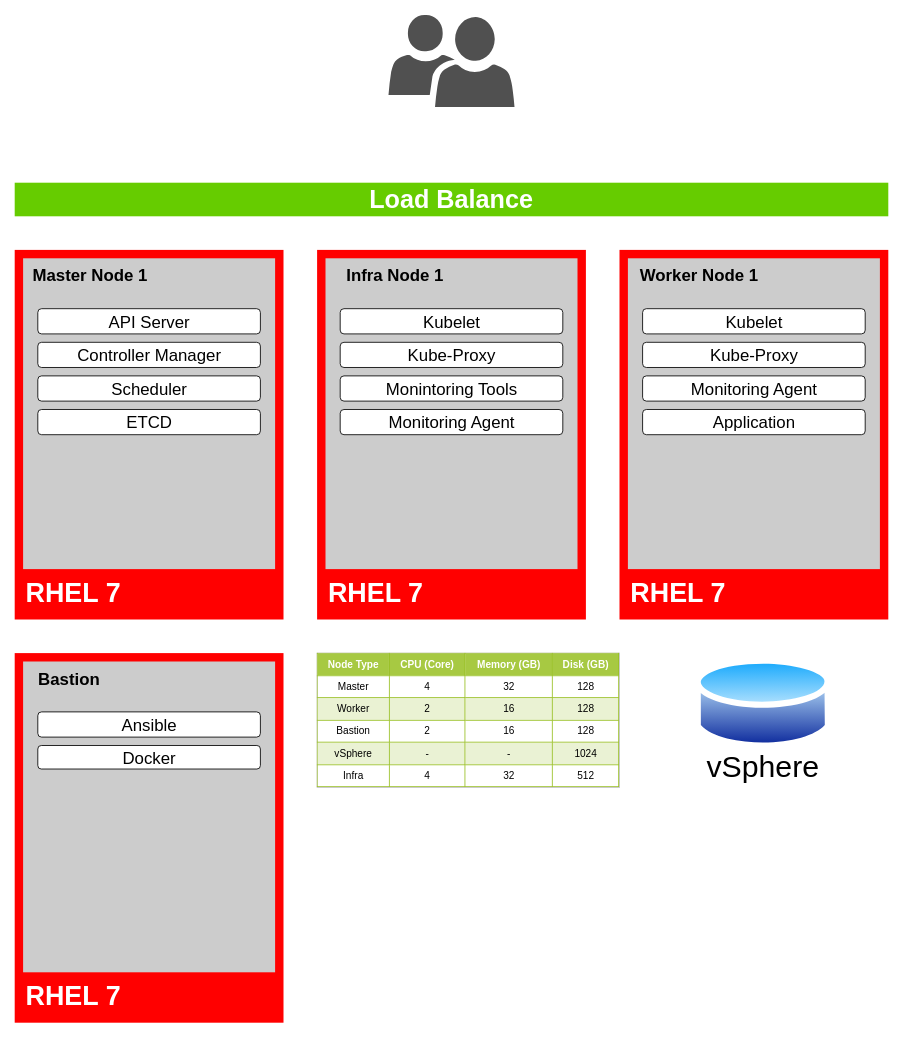
joecomscience/architecture_diagram keeps this draw.io diagram as page "non-prod-okd" (4 of 5) of k8s/aycap_on_prem.drawio. Above is the earlier version. Source tidied: cells renumbered, new cells numbered last; positions are measured from the earlier drawing's top-left corner, leaving out a move shared by most shapes. Both pictures are drawn from the tidied source at 84%, with x=0, y=0 at pixel (14, 14).
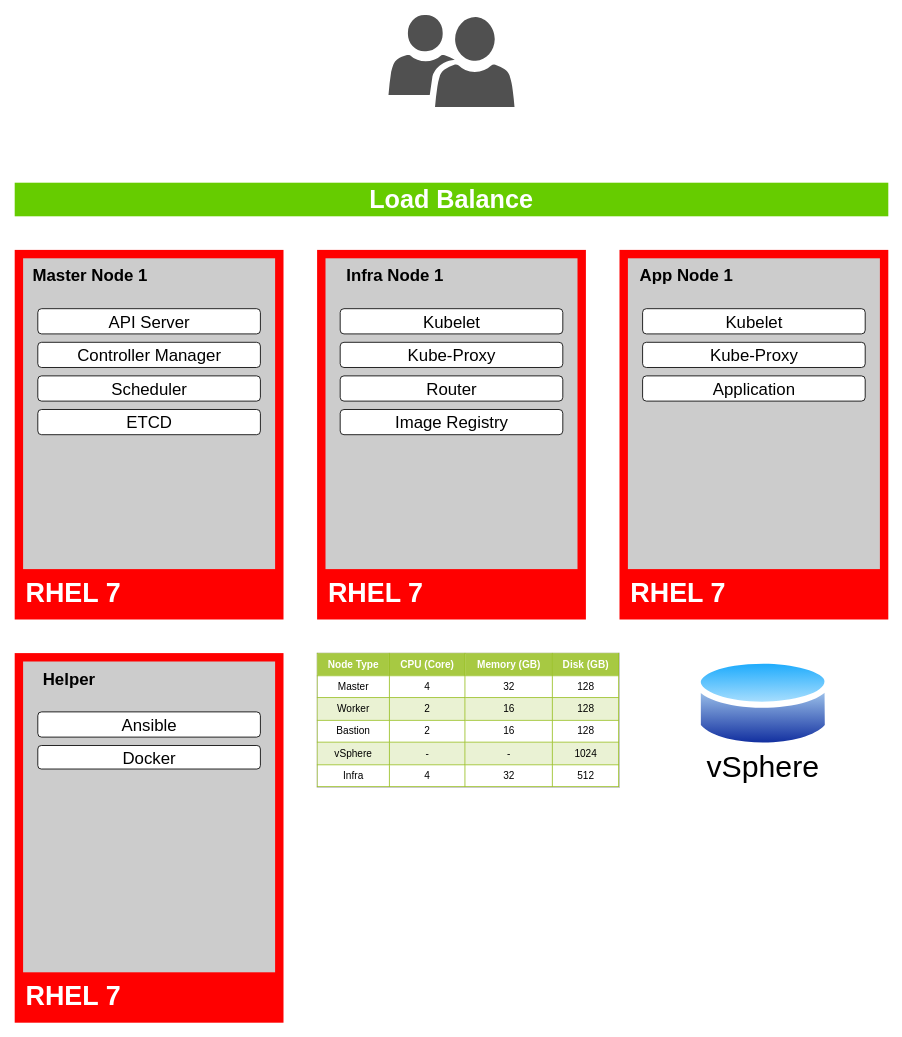
The same diagram, later.

The change refers to these unchanged cells:
```xml
<mxCell id="8" style="group;" parent="1" vertex="1">
  <mxGeometry y="760" width="320" height="440" as="geometry" />
</mxCell>
<mxCell id="25" style="group;" parent="1" vertex="1">
  <mxGeometry x="360" y="280" width="320" height="440" as="geometry" />
</mxCell>
<mxCell id="35" style="group;" parent="1" vertex="1">
  <mxGeometry x="720" y="280" width="320" height="440" as="geometry" />
</mxCell>
```

The edit, as a diff of the source:
```diff
@@
-    <mxCell id="12" value="&lt;font style=&quot;font-size: 20px&quot;&gt;&lt;b&gt;Bastion&lt;/b&gt;&lt;/font&gt;" style="text;html=1;strokeColor=none;fillColor=none;align=center;verticalAlign=middle;whiteSpace=wrap;rounded=0;" parent="8" vertex="1">
+    <mxCell id="12" value="&lt;font style=&quot;font-size: 20px&quot;&gt;&lt;b&gt;Helper&lt;/b&gt;&lt;/font&gt;" style="text;html=1;strokeColor=none;fillColor=none;align=center;verticalAlign=middle;whiteSpace=wrap;rounded=0;" parent="8" vertex="1">
       <mxGeometry x="20" y="20" width="90" height="20" as="geometry" />
     </mxCell>
@@
+    <mxCell id="44" style="group;" parent="25" vertex="1">
+      <mxGeometry width="320" height="440" as="geometry" />
+    </mxCell>
-    <mxCell id="26" style="rounded=0;whiteSpace=wrap;html=1;strokeColor=none;fillColor=#FF0000;" parent="25" vertex="1">
+    <mxCell id="26" style="rounded=0;whiteSpace=wrap;html=1;strokeColor=none;fillColor=#FF0000;" parent="44" vertex="1">
       <mxGeometry width="320" height="440" as="geometry" />
     </mxCell>
-    <mxCell id="27" style="group;" parent="25" vertex="1">
+    <mxCell id="27" style="group;" parent="44" vertex="1">
       <mxGeometry x="10" y="10" width="300" height="414" as="geometry" />
     </mxCell>
@@
-    <mxCell id="33" value="&lt;font style=&quot;font-size: 20px&quot;&gt;Monintoring Tools&lt;/font&gt;" style="rounded=1;whiteSpace=wrap;html=1;fillColor=#FFFFFF;" parent="27" vertex="1">
+    <mxCell id="33" value="&lt;font style=&quot;font-size: 20px&quot;&gt;Router&lt;/font&gt;" style="rounded=1;whiteSpace=wrap;html=1;fillColor=#FFFFFF;" parent="27" vertex="1">
       <mxGeometry x="17.5" y="140" width="265" height="30" as="geometry" />
     </mxCell>
-    <mxCell id="34" value="&lt;font style=&quot;font-size: 20px&quot;&gt;Monitoring Agent&lt;/font&gt;" style="rounded=1;whiteSpace=wrap;html=1;fillColor=#FFFFFF;" parent="27" vertex="1">
+    <mxCell id="34" value="&lt;font style=&quot;font-size: 20px&quot;&gt;Image Registry&lt;/font&gt;" style="rounded=1;whiteSpace=wrap;html=1;fillColor=#FFFFFF;" parent="27" vertex="1">
       <mxGeometry x="17.5" y="180" width="265" height="30" as="geometry" />
     </mxCell>
@@
-    <mxCell id="39" value="&lt;font style=&quot;font-size: 20px&quot;&gt;&lt;b&gt;Worker Node 1&lt;/b&gt;&lt;/font&gt;" style="text;html=1;strokeColor=none;fillColor=none;align=center;verticalAlign=middle;whiteSpace=wrap;rounded=0;" parent="35" vertex="1">
-      <mxGeometry x="20" y="20" width="150" height="20" as="geometry" />
+    <mxCell id="39" value="&lt;font style=&quot;font-size: 20px&quot;&gt;&lt;b&gt;App Node 1&lt;/b&gt;&lt;/font&gt;" style="text;html=1;strokeColor=none;fillColor=none;align=center;verticalAlign=middle;whiteSpace=wrap;rounded=0;" parent="35" vertex="1">
+      <mxGeometry x="20" y="20" width="120" height="20" as="geometry" />
     </mxCell>
@@
-    <mxCell id="42" value="&lt;font style=&quot;font-size: 20px&quot;&gt;Monitoring Agent&lt;/font&gt;" style="rounded=1;whiteSpace=wrap;html=1;fillColor=#FFFFFF;" parent="35" vertex="1">
-      <mxGeometry x="27.5" y="150" width="265" height="30" as="geometry" />
-    </mxCell>
     <mxCell id="43" value="&lt;font style=&quot;font-size: 20px&quot;&gt;Application&lt;/font&gt;" style="rounded=1;whiteSpace=wrap;html=1;fillColor=#FFFFFF;" parent="35" vertex="1">
-      <mxGeometry x="27.5" y="190" width="265" height="30" as="geometry" />
+      <mxGeometry x="27.5" y="150" width="265" height="30" as="geometry" />
     </mxCell>
```
